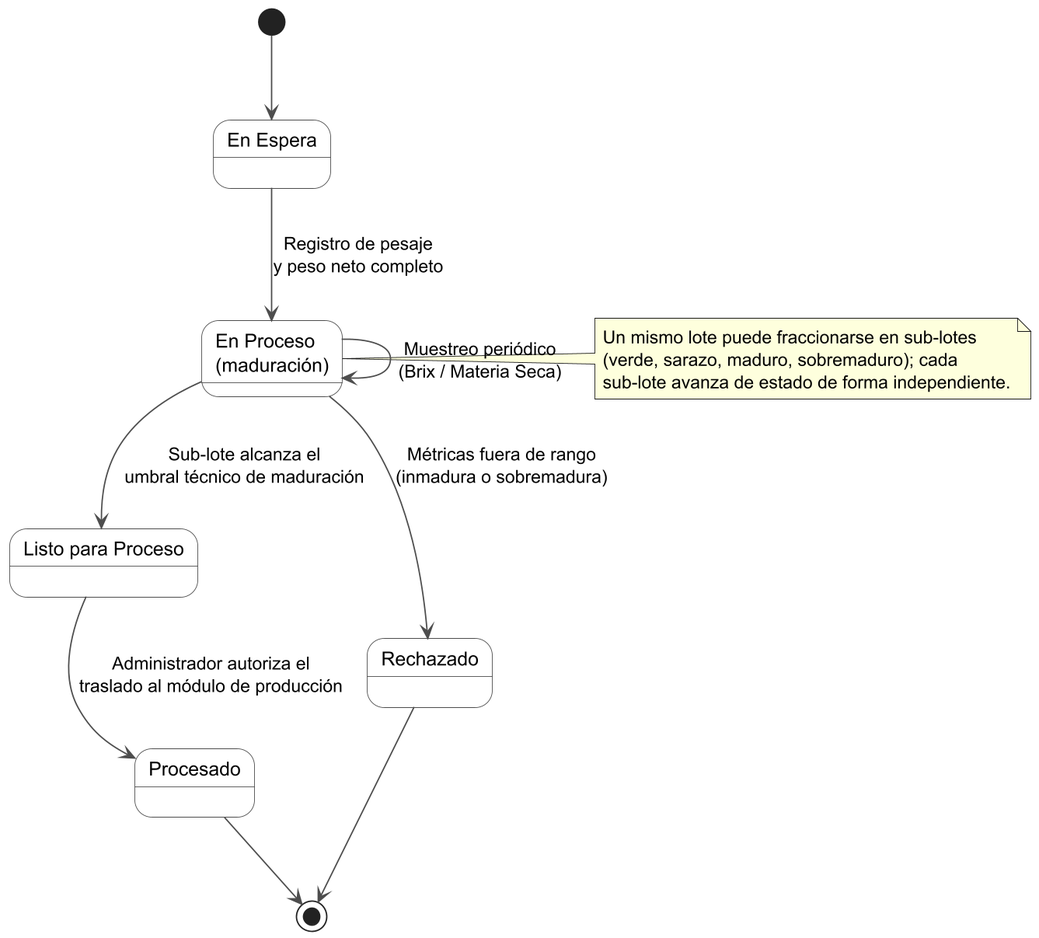
Before: diagramas/iteraciones/iteracion2_estados.png, a diagram exported from PlantUML (DecosUniversity/distri_yaneth_backend).
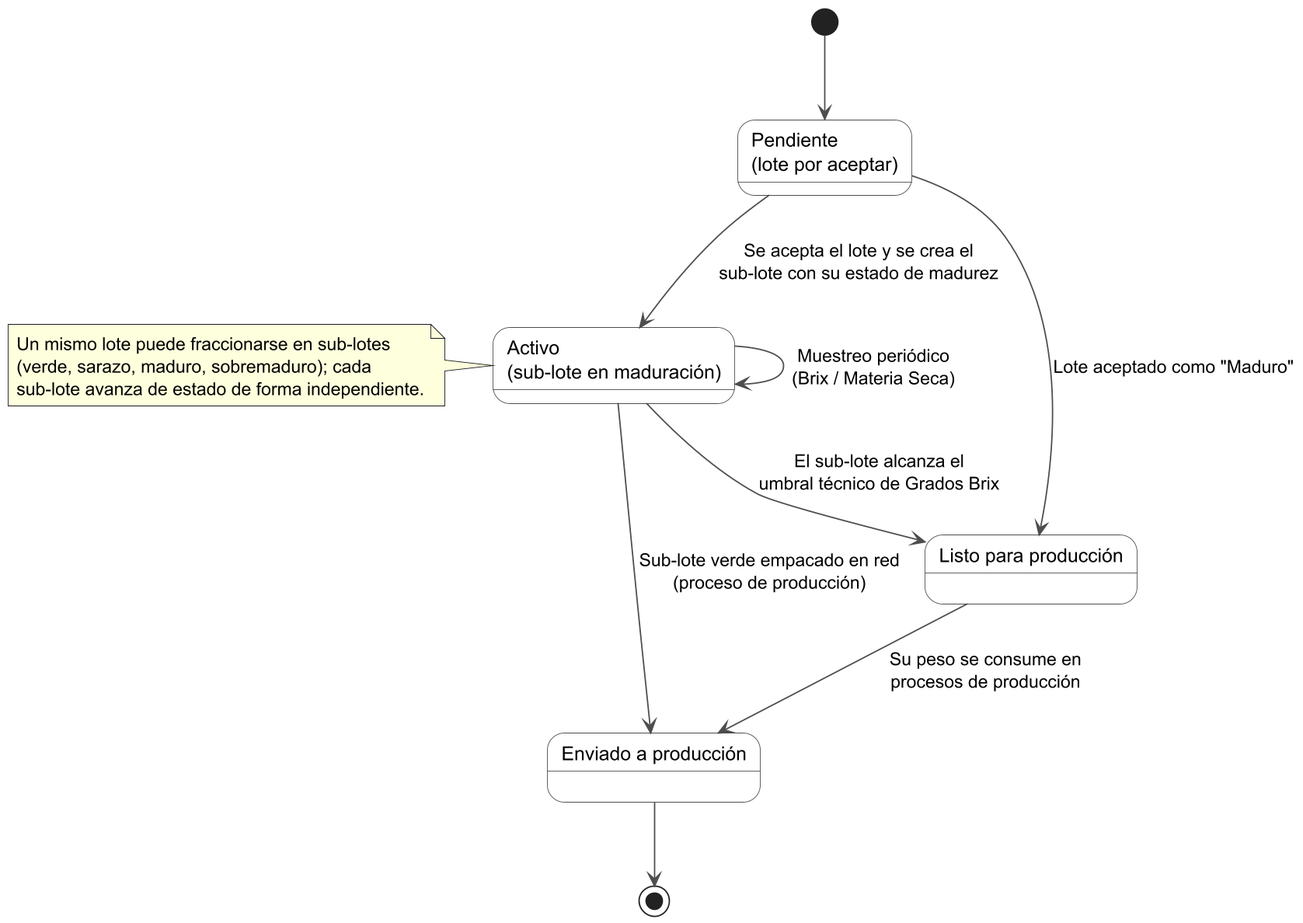
After the commit.

What changed in the source:
```diff
@@ -8,23 +8,22 @@
   FontColor #000000
 }
 
-[*] --> EnEspera
+[*] --> Pendiente
 
-state "En Espera" as EnEspera
-state "En Proceso\n(maduración)" as EnProceso
-state "Listo para Proceso" as Listo
-state "Procesado" as Procesado
-state "Rechazado" as Rechazado
+state "Pendiente\n(lote por aceptar)" as Pendiente
+state "Activo\n(sub-lote en maduración)" as EnProceso
+state "Listo para producción" as Listo
+state "Enviado a producción" as Enviado
 
-EnEspera --> EnProceso : Registro de pesaje\ny peso neto completo
+Pendiente --> EnProceso : Se acepta el lote y se crea el\nsub-lote con su estado de madurez
+Pendiente --> Listo : Lote aceptado como "Maduro"
 EnProceso --> EnProceso : Muestreo periódico\n(Brix / Materia Seca)
-EnProceso --> Listo : Sub-lote alcanza el\numbral técnico de maduración
-EnProceso --> Rechazado : Métricas fuera de rango\n(inmadura o sobremadura)
-Listo --> Procesado : Administrador autoriza el\ntraslado al módulo de producción
-Procesado --> [*]
-Rechazado --> [*]
+EnProceso --> Listo : El sub-lote alcanza el\numbral técnico de Grados Brix
+EnProceso --> Enviado : Sub-lote verde empacado en red\n(proceso de producción)
+Listo --> Enviado : Su peso se consume en\nprocesos de producción
+Enviado --> [*]
 
-note right of EnProceso
+note left of EnProceso
   Un mismo lote puede fraccionarse en sub-lotes
   (verde, sarazo, maduro, sobremaduro); cada
   sub-lote avanza de estado de forma independiente.
```
